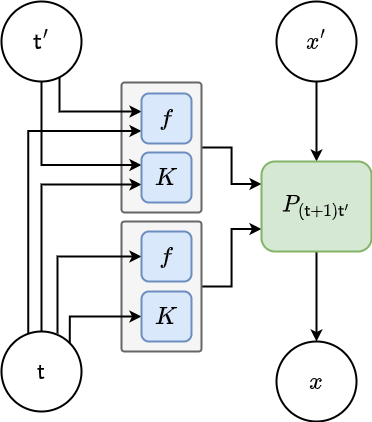
umbralcalc/worlds-of-observation keeps this draw.io diagram as images/gp-like-diag.drawio.png. Above is the earlier version. Source tidied: cells renumbered, new cells last; positions are measured from the earlier drawing's top-left corner, leaving out a move shared by most shapes. Source of this version:
```xml
<mxGraphModel math="1">
  <root>
    <mxCell id="0" />
    <mxCell id="1" parent="0" />
    <mxCell id="2" style="edgeStyle=orthogonalEdgeStyle;rounded=0;jettySize=auto;html=1;strokeWidth=2;fontSize=20;entryX=0;entryY=0.25;entryDx=0;entryDy=0;" parent="1" edge="1" source="3" target="22">
      <mxGeometry relative="1" as="geometry" />
    </mxCell>
    <mxCell id="3" style="rounded=1;whiteSpace=wrap;html=1;strokeWidth=2;fontSize=20;fillColor=#f5f5f5;strokeColor=#666666;arcSize=4;fontColor=#333333;" parent="1" vertex="1">
      <mxGeometry x="120" y="81" width="80" height="130" as="geometry" />
    </mxCell>
    <mxCell id="4" style="edgeStyle=orthogonalEdgeStyle;rounded=0;jettySize=auto;html=1;exitX=1;exitY=0.5;exitDx=0;exitDy=0;entryX=0;entryY=0.75;entryDx=0;entryDy=0;strokeWidth=2;fontSize=20;" parent="1" edge="1" source="5" target="22">
      <mxGeometry relative="1" as="geometry" />
    </mxCell>
    <mxCell id="5" style="rounded=1;whiteSpace=wrap;html=1;strokeWidth=2;fontSize=20;fillColor=#f5f5f5;strokeColor=#666666;arcSize=4;fontColor=#333333;" parent="1" vertex="1">
      <mxGeometry x="120" y="220" width="80" height="130" as="geometry" />
    </mxCell>
    <mxCell id="6" style="edgeStyle=orthogonalEdgeStyle;rounded=0;jettySize=auto;html=1;fontSize=20;strokeWidth=2;exitX=0.725;exitY=0.95;exitDx=0;exitDy=0;exitPerimeter=0;" parent="1" edge="1" source="8">
      <mxGeometry relative="1" as="geometry">
        <mxPoint x="140" y="110" as="targetPoint" />
        <Array as="points">
          <mxPoint x="58" y="110" />
          <mxPoint x="140" y="110" />
        </Array>
      </mxGeometry>
    </mxCell>
    <mxCell id="7" style="edgeStyle=orthogonalEdgeStyle;rounded=0;jettySize=auto;html=1;entryX=0;entryY=0.25;entryDx=0;entryDy=0;strokeWidth=2;fontSize=20;exitX=0.5;exitY=1;exitDx=0;exitDy=0;" parent="1" edge="1" source="8" target="18">
      <mxGeometry relative="1" as="geometry">
        <Array as="points">
          <mxPoint x="40" y="163" />
        </Array>
      </mxGeometry>
    </mxCell>
    <mxCell id="8" value="&lt;font style=&quot;font-size: 20px;&quot;&gt;$${\sf t}'$$&lt;/font&gt;" style="ellipse;whiteSpace=wrap;html=1;strokeWidth=2;" parent="1" vertex="1">
      <mxGeometry width="80" height="80" as="geometry" />
    </mxCell>
    <mxCell id="9" style="edgeStyle=orthogonalEdgeStyle;rounded=0;jettySize=auto;html=1;entryX=0;entryY=0.64;entryDx=0;entryDy=0;entryPerimeter=0;strokeWidth=2;fontSize=20;exitX=0.5;exitY=0;exitDx=0;exitDy=0;" parent="1" edge="1" source="13" target="18">
      <mxGeometry relative="1" as="geometry">
        <Array as="points">
          <mxPoint x="40" y="183" />
        </Array>
      </mxGeometry>
    </mxCell>
    <mxCell id="10" style="edgeStyle=orthogonalEdgeStyle;rounded=0;jettySize=auto;html=1;entryX=0;entryY=0.5;entryDx=0;entryDy=0;strokeWidth=2;fontSize=20;exitX=0.7;exitY=0.025;exitDx=0;exitDy=0;exitPerimeter=0;" parent="1" edge="1" source="13" target="20">
      <mxGeometry relative="1" as="geometry">
        <Array as="points">
          <mxPoint x="56" y="255" />
        </Array>
      </mxGeometry>
    </mxCell>
    <mxCell id="11" style="edgeStyle=orthogonalEdgeStyle;rounded=0;jettySize=auto;html=1;exitX=1;exitY=0;exitDx=0;exitDy=0;entryX=0;entryY=0.5;entryDx=0;entryDy=0;strokeWidth=2;fontSize=20;" parent="1" edge="1" source="13" target="19">
      <mxGeometry relative="1" as="geometry">
        <Array as="points">
          <mxPoint x="68" y="315" />
        </Array>
      </mxGeometry>
    </mxCell>
    <mxCell id="12" style="edgeStyle=orthogonalEdgeStyle;rounded=0;jettySize=auto;html=1;exitX=0.334;exitY=0.018;exitDx=0;exitDy=0;entryX=0;entryY=0.75;entryDx=0;entryDy=0;exitPerimeter=0;strokeWidth=2;" parent="1" edge="1" source="13" target="17">
      <mxGeometry relative="1" as="geometry">
        <Array as="points">
          <mxPoint x="27" y="129" />
        </Array>
      </mxGeometry>
    </mxCell>
    <mxCell id="13" value="&lt;font style=&quot;font-size: 20px;&quot;&gt;$${\sf t}$$&lt;/font&gt;" style="ellipse;whiteSpace=wrap;html=1;strokeWidth=2;" parent="1" vertex="1">
      <mxGeometry y="330" width="80" height="80" as="geometry" />
    </mxCell>
    <mxCell id="14" style="edgeStyle=orthogonalEdgeStyle;rounded=0;jettySize=auto;html=1;entryX=0.5;entryY=0;entryDx=0;entryDy=0;strokeWidth=2;fontSize=20;" parent="1" edge="1" source="15" target="22">
      <mxGeometry relative="1" as="geometry" />
    </mxCell>
    <mxCell id="15" value="&lt;font style=&quot;font-size: 20px;&quot;&gt;$$x'$$&lt;/font&gt;" style="ellipse;whiteSpace=wrap;html=1;strokeWidth=2;" parent="1" vertex="1">
      <mxGeometry x="275" width="80" height="80" as="geometry" />
    </mxCell>
    <mxCell id="16" value="&lt;font style=&quot;font-size: 20px;&quot;&gt;$$x$$&lt;/font&gt;" style="ellipse;whiteSpace=wrap;html=1;strokeWidth=2;" parent="1" vertex="1">
      <mxGeometry x="275" y="340" width="80" height="80" as="geometry" />
    </mxCell>
    <mxCell id="17" value="$$f$$" style="rounded=1;whiteSpace=wrap;html=1;strokeWidth=2;fontSize=20;fillColor=#dae8fc;strokeColor=#6c8ebf;" parent="1" vertex="1">
      <mxGeometry x="140" y="92" width="50" height="50" as="geometry" />
    </mxCell>
    <mxCell id="18" value="$$K$$" style="rounded=1;whiteSpace=wrap;html=1;strokeWidth=2;fontSize=20;fillColor=#dae8fc;strokeColor=#6c8ebf;" parent="1" vertex="1">
      <mxGeometry x="140" y="151" width="50" height="50" as="geometry" />
    </mxCell>
    <mxCell id="19" value="$$K$$" style="rounded=1;whiteSpace=wrap;html=1;strokeWidth=2;fontSize=20;fillColor=#dae8fc;strokeColor=#6c8ebf;" parent="1" vertex="1">
      <mxGeometry x="140" y="290" width="50" height="50" as="geometry" />
    </mxCell>
    <mxCell id="20" value="$$f$$" style="rounded=1;whiteSpace=wrap;html=1;strokeWidth=2;fontSize=20;fillColor=#dae8fc;strokeColor=#6c8ebf;" parent="1" vertex="1">
      <mxGeometry x="140" y="230" width="50" height="50" as="geometry" />
    </mxCell>
    <mxCell id="21" style="edgeStyle=orthogonalEdgeStyle;rounded=0;jettySize=auto;html=1;entryX=0.5;entryY=0;entryDx=0;entryDy=0;strokeWidth=2;fontSize=20;" parent="1" edge="1" source="22" target="16">
      <mxGeometry relative="1" as="geometry" />
    </mxCell>
    <mxCell id="22" value="$$P_{({\sf t}+1){\sf t}'}$$" style="rounded=1;whiteSpace=wrap;html=1;strokeWidth=2;fontSize=20;fillColor=#d5e8d4;strokeColor=#82b366;" parent="1" vertex="1">
      <mxGeometry x="260" y="160" width="110" height="90" as="geometry" />
    </mxCell>
  </root>
</mxGraphModel>
```
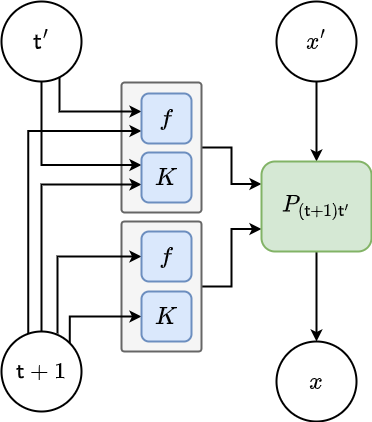
After the commit.

The edit, as a diff of the source:
```diff
@@ -61,7 +61,7 @@
         </Array>
       </mxGeometry>
     </mxCell>
-    <mxCell id="13" value="&lt;font style=&quot;font-size: 20px;&quot;&gt;$${\sf t}$$&lt;/font&gt;" style="ellipse;whiteSpace=wrap;html=1;strokeWidth=2;" parent="1" vertex="1">
+    <mxCell id="13" value="&lt;font style=&quot;font-size: 20px;&quot;&gt;$${\sf t}+1$$&lt;/font&gt;" style="ellipse;whiteSpace=wrap;html=1;strokeWidth=2;" parent="1" vertex="1">
       <mxGeometry y="330" width="80" height="80" as="geometry" />
     </mxCell>
     <mxCell id="14" style="edgeStyle=orthogonalEdgeStyle;rounded=0;jettySize=auto;html=1;entryX=0.5;entryY=0;entryDx=0;entryDy=0;strokeWidth=2;fontSize=20;" parent="1" edge="1" source="15" target="22">
```
